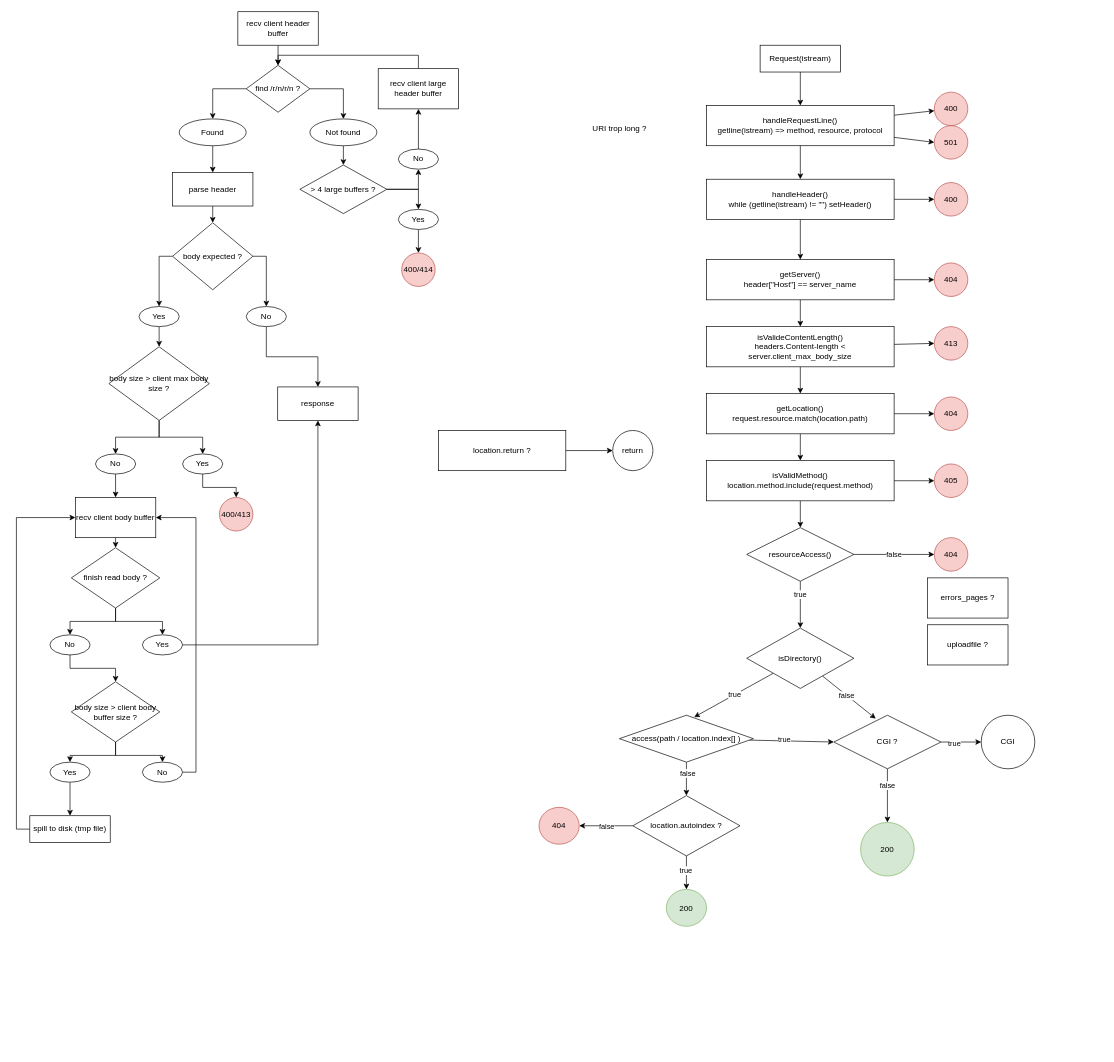
PoursMo/webserv keeps this draw.io diagram as doc/request.drawio. Above is the earlier version. Source tidied: cells renumbered, new cells numbered last; positions are measured from the earlier drawing's top-left corner, leaving out a move shared by most shapes. Both pictures are drawn from the tidied source at 67%, with x=0, y=0 at pixel (29, 11).
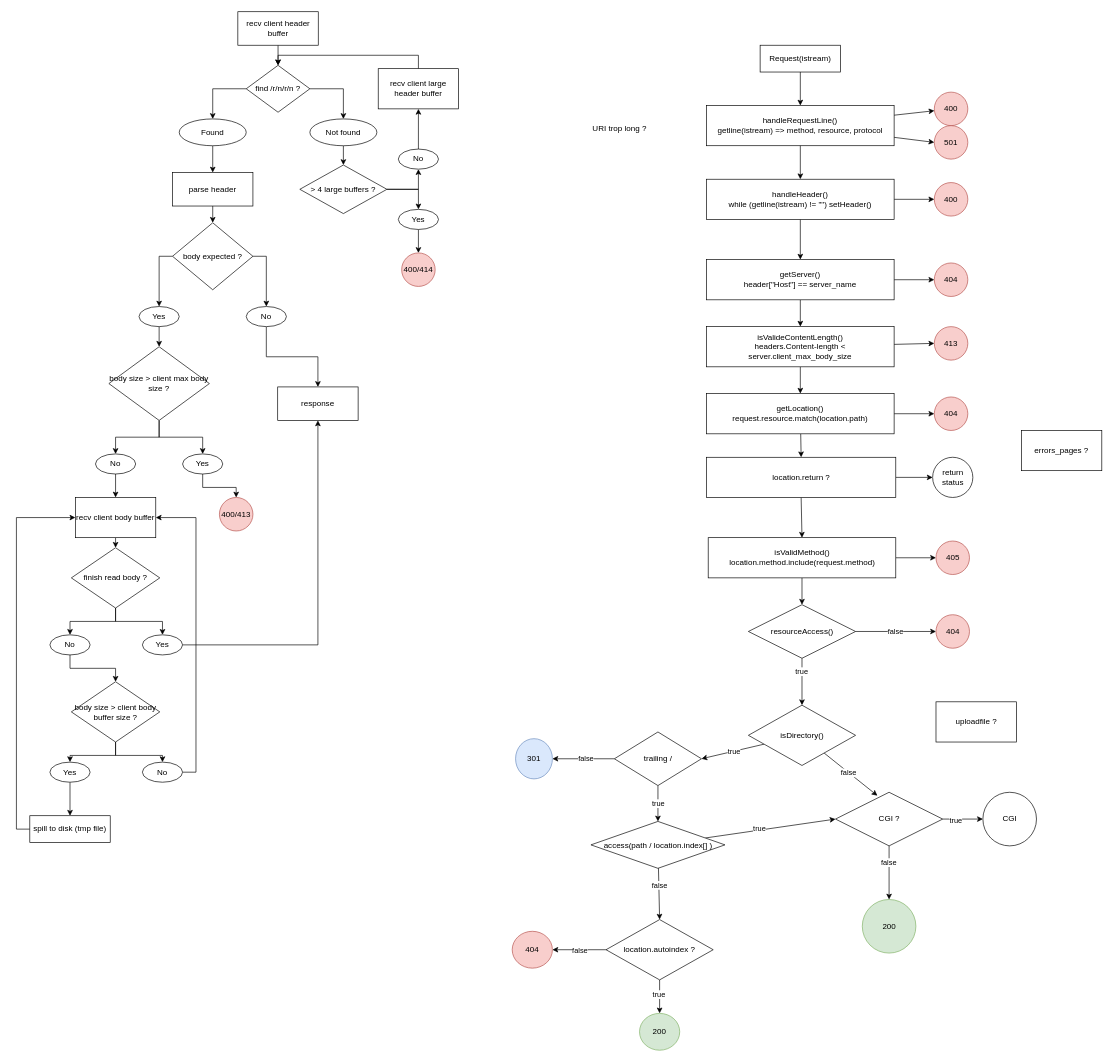
Above is the later version.

The change refers to these unchanged cells:
```xml
<mxCell id="19" value="getLocation()&lt;div&gt;request.resource.match(location.path)&lt;/div&gt;" style="whiteSpace=wrap;html=1;" parent="1" vertex="1">
  <mxGeometry x="1010" y="570" width="280" height="60" as="geometry" />
</mxCell>
```

What changed in the source:
```diff
@@
-    <mxCell id="17" style="edgeStyle=none;html=1;entryX=0.5;entryY=0;entryDx=0;entryDy=0;" parent="1" edge="1" source="19" target="24">
+    <mxCell id="17" style="edgeStyle=none;html=1;entryX=0.5;entryY=0;entryDx=0;entryDy=0;exitX=0.5;exitY=1;exitDx=0;exitDy=0;" parent="1" edge="1" source="21" target="24">
       <mxGeometry relative="1" as="geometry" />
     </mxCell>
@@
+    <mxCell id="121" style="edgeStyle=none;html=1;entryX=0.5;entryY=0;entryDx=0;entryDy=0;" parent="1" edge="1" source="19" target="21">
+      <mxGeometry relative="1" as="geometry" />
+    </mxCell>
@@
     <mxCell id="21" value="location.return ?" style="whiteSpace=wrap;html=1;" parent="1" vertex="1">
-      <mxGeometry x="610" y="625" width="190" height="60" as="geometry" />
+      <mxGeometry x="1010" y="665" width="282.5" height="60" as="geometry" />
     </mxCell>
@@
     <mxCell id="24" value="isValidMethod()&lt;div&gt;location.method.include(request.method)&lt;/div&gt;" style="whiteSpace=wrap;html=1;" parent="1" vertex="1">
-      <mxGeometry x="1010" y="670" width="280" height="60" as="geometry" />
+      <mxGeometry x="1012.5" y="785" width="280" height="60" as="geometry" />
     </mxCell>
     <mxCell id="25" value="405" style="ellipse;whiteSpace=wrap;html=1;fillColor=#f8cecc;strokeColor=#b85450;" parent="1" vertex="1">
-      <mxGeometry x="1350" y="675" width="50" height="50" as="geometry" />
+      <mxGeometry x="1352.5" y="790" width="50" height="50" as="geometry" />
     </mxCell>
@@
     <mxCell id="34" value="404" style="ellipse;whiteSpace=wrap;html=1;fillColor=#f8cecc;strokeColor=#b85450;" parent="1" vertex="1">
-      <mxGeometry x="1350" y="785" width="50" height="50" as="geometry" />
+      <mxGeometry x="1352.5" y="900" width="50" height="50" as="geometry" />
     </mxCell>
     <mxCell id="35" value="CGI" style="ellipse;whiteSpace=wrap;html=1;" parent="1" vertex="1">
-      <mxGeometry x="1420" y="1050" width="80" height="80" as="geometry" />
+      <mxGeometry x="1422.5" y="1165" width="80" height="80" as="geometry" />
     </mxCell>
-    <mxCell id="36" value="return" style="ellipse;whiteSpace=wrap;html=1;" parent="1" vertex="1">
-      <mxGeometry x="870" y="625" width="60" height="60" as="geometry" />
+    <mxCell id="36" value="return status" style="ellipse;whiteSpace=wrap;html=1;" parent="1" vertex="1">
+      <mxGeometry x="1347.5" y="665" width="60" height="60" as="geometry" />
     </mxCell>
@@
-    <mxCell id="92" style="edgeStyle=none;html=1;entryX=0.558;entryY=0.04;entryDx=0;entryDy=0;entryPerimeter=0;" parent="1" edge="1" source="96" target="114">
+    <mxCell id="92" style="edgeStyle=none;html=1;entryX=1;entryY=0.5;entryDx=0;entryDy=0;" parent="1" edge="1" source="96" target="125">
       <mxGeometry relative="1" as="geometry" />
     </mxCell>
@@
     <mxCell id="96" value="isDirectory()" style="rhombus;whiteSpace=wrap;html=1;" parent="1" vertex="1">
-      <mxGeometry x="1070" y="920" width="160" height="90" as="geometry" />
+      <mxGeometry x="1072.5" y="1035" width="160" height="90" as="geometry" />
     </mxCell>
@@
     <mxCell id="101" value="location.autoindex ?" style="rhombus;whiteSpace=wrap;html=1;" parent="1" vertex="1">
-      <mxGeometry x="900" y="1170" width="160" height="90" as="geometry" />
+      <mxGeometry x="860" y="1355" width="160" height="90" as="geometry" />
     </mxCell>
@@
     <mxCell id="103" value="200" style="ellipse;whiteSpace=wrap;html=1;fillColor=#d5e8d4;strokeColor=#82b366;" parent="1" vertex="1">
-      <mxGeometry x="950" y="1310" width="60" height="55" as="geometry" />
+      <mxGeometry x="910" y="1495" width="60" height="55" as="geometry" />
     </mxCell>
     <mxCell id="104" value="404" style="ellipse;whiteSpace=wrap;html=1;fillColor=#f8cecc;strokeColor=#b85450;" parent="1" vertex="1">
-      <mxGeometry x="760" y="1187.5" width="60" height="55" as="geometry" />
+      <mxGeometry x="720" y="1372.5" width="60" height="55" as="geometry" />
     </mxCell>
@@
     <mxCell id="109" value="&lt;span style=&quot;color: rgb(0, 0, 0);&quot;&gt;resourceAccess()&lt;/span&gt;" style="rhombus;whiteSpace=wrap;html=1;" parent="1" vertex="1">
-      <mxGeometry x="1070" y="770" width="160" height="80" as="geometry" />
+      <mxGeometry x="1072.5" y="885" width="160" height="80" as="geometry" />
     </mxCell>
@@
     <mxCell id="114" value="&lt;span style=&quot;color: rgb(0, 0, 0);&quot;&gt;access(path / location.index[] )&lt;/span&gt;" style="rhombus;whiteSpace=wrap;html=1;" parent="1" vertex="1">
-      <mxGeometry x="880" y="1050" width="200" height="70" as="geometry" />
+      <mxGeometry x="837.5" y="1208.5" width="200" height="70" as="geometry" />
     </mxCell>
@@
     <mxCell id="117" value="CGI ?" style="rhombus;whiteSpace=wrap;html=1;" parent="1" vertex="1">
-      <mxGeometry x="1200" y="1050" width="160" height="80" as="geometry" />
+      <mxGeometry x="1202.5" y="1165" width="160" height="80" as="geometry" />
     </mxCell>
     <mxCell id="118" value="200" style="ellipse;whiteSpace=wrap;html=1;fillColor=#d5e8d4;strokeColor=#82b366;" parent="1" vertex="1">
-      <mxGeometry x="1240" y="1210" width="80" height="80" as="geometry" />
+      <mxGeometry x="1242.5" y="1325" width="80" height="80" as="geometry" />
     </mxCell>
     <mxCell id="119" value="uploadfile ?" style="whiteSpace=wrap;html=1;" parent="1" vertex="1">
-      <mxGeometry x="1340" y="915" width="120" height="60" as="geometry" />
+      <mxGeometry x="1352.5" y="1030" width="120" height="60" as="geometry" />
     </mxCell>
     <mxCell id="120" value="errors_pages ?" style="whiteSpace=wrap;html=1;" parent="1" vertex="1">
-      <mxGeometry x="1340" y="845" width="120" height="60" as="geometry" />
+      <mxGeometry x="1480" y="625" width="120" height="60" as="geometry" />
     </mxCell>
+    <mxCell id="122" style="edgeStyle=none;html=1;" parent="1" edge="1" source="125" target="126">
+      <mxGeometry relative="1" as="geometry" />
+    </mxCell>
+    <mxCell id="123" value="false" style="edgeLabel;html=1;align=center;verticalAlign=middle;" parent="122" vertex="1">
+      <mxGeometry x="-0.07" y="-1" relative="1" as="geometry" />
+    </mxCell>
+    <mxCell id="124" value="true" style="edgeStyle=none;html=1;" parent="1" edge="1" source="125" target="114">
+      <mxGeometry relative="1" as="geometry" />
+    </mxCell>
+    <mxCell id="125" value="trailing /" style="rhombus;whiteSpace=wrap;html=1;" parent="1" vertex="1">
+      <mxGeometry x="872.5" y="1075" width="130" height="80" as="geometry" />
+    </mxCell>
+    <mxCell id="126" value="301" style="ellipse;whiteSpace=wrap;html=1;fillColor=#dae8fc;strokeColor=#6c8ebf;" parent="1" vertex="1">
+      <mxGeometry x="725" y="1085" width="55" height="60" as="geometry" />
+    </mxCell>
```
